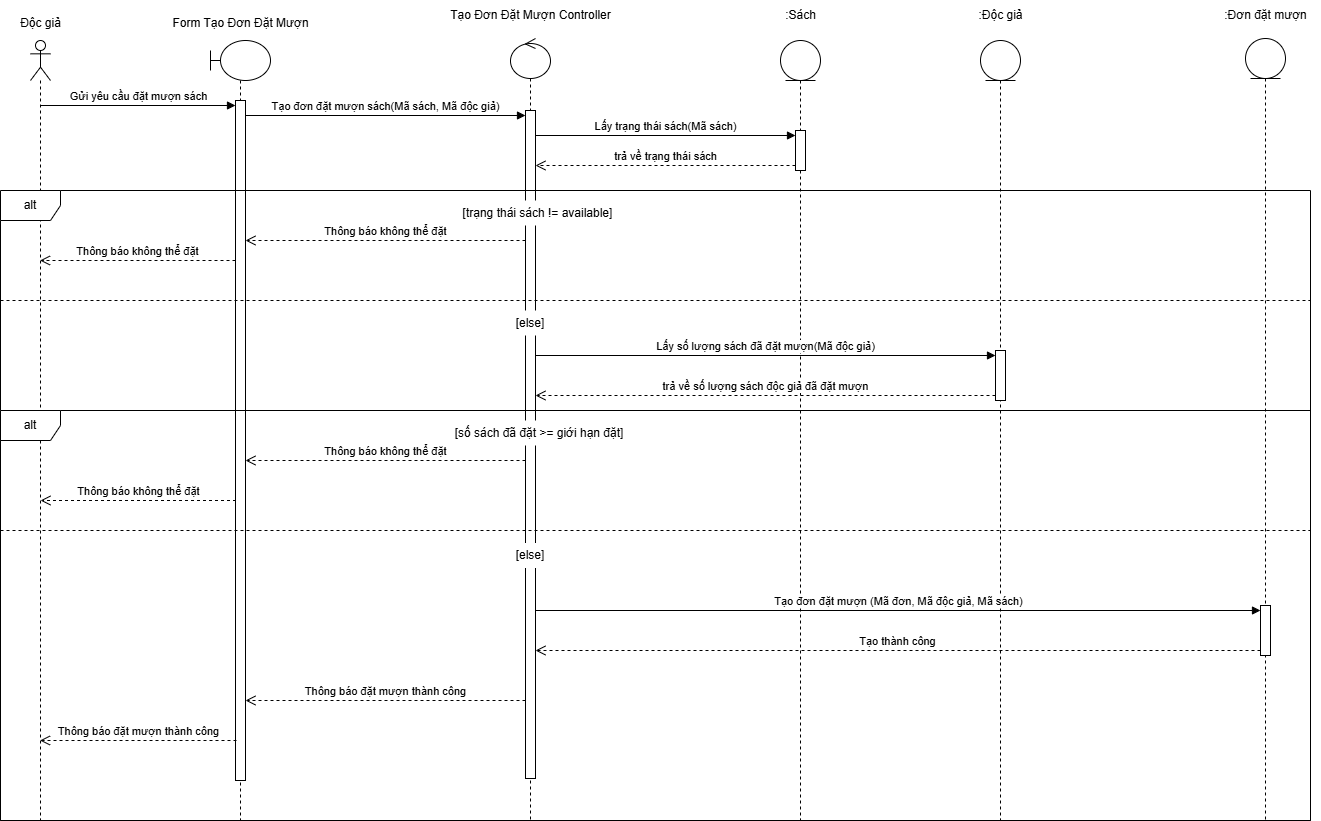
Above: Sequence Diagram/UC Đặt mượn sách/Actor Độc giả - Đặt mượn sách.png in kimcuongdev/LibrarySystemAD (draw.io), before the change. Source tidied: cells renumbered, new cells last; positions are measured from the earlier drawing's top-left corner, leaving out a move shared by most shapes.
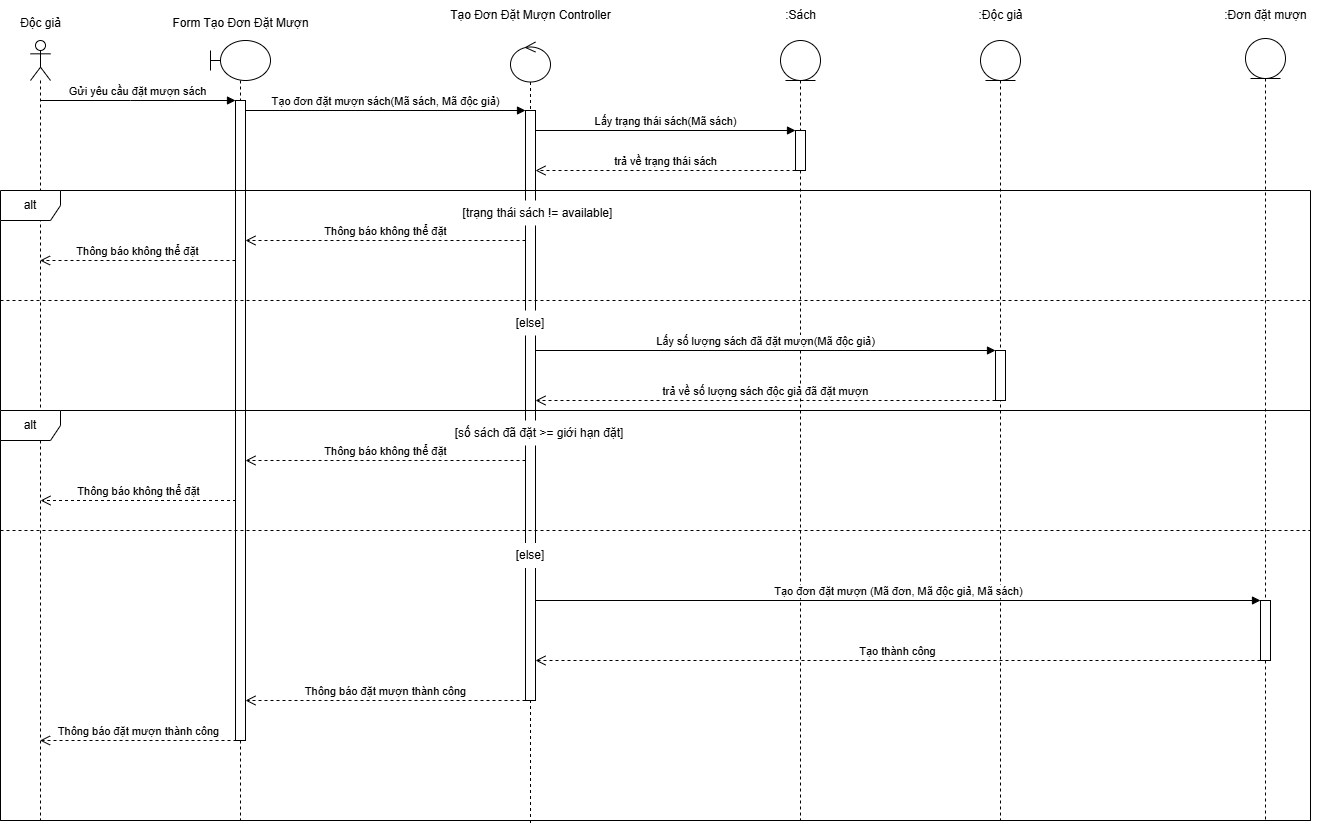
Above is the later version.

Commit message:
Tuan 5 - Bieu do tuan tu

What changed in the source:
```diff
@@ -9,16 +9,22 @@
       <mxGeometry x="210" y="40" width="60" height="780" as="geometry" />
     </mxCell>
     <mxCell id="4" style="html=1;points=[[0,0,0,0,5],[0,1,0,0,-5],[1,0,0,0,5],[1,1,0,0,-5]];perimeter=orthogonalPerimeter;outlineConnect=0;targetShapes=umlLifeline;portConstraint=eastwest;newEdgeStyle={&quot;curved&quot;:0,&quot;rounded&quot;:0};" parent="3" vertex="1">
-      <mxGeometry x="25" y="60" width="10" height="680" as="geometry" />
+      <mxGeometry x="25" y="60" width="10" height="640" as="geometry" />
     </mxCell>
     <mxCell id="5" style="shape=umlLifeline;perimeter=lifelinePerimeter;whiteSpace=wrap;html=1;newEdgeStyle={&quot;curved&quot;:0,&quot;rounded&quot;:0};participant=umlControl;" parent="1" vertex="1">
-      <mxGeometry x="510" y="38" width="40" height="782" as="geometry" />
+      <mxGeometry x="510" y="41.5" width="40" height="782" as="geometry" />
     </mxCell>
     <mxCell id="6" style="html=1;points=[[0,0,0,0,5],[0,1,0,0,-5],[1,0,0,0,5],[1,1,0,0,-5]];perimeter=orthogonalPerimeter;outlineConnect=0;targetShapes=umlLifeline;portConstraint=eastwest;newEdgeStyle={&quot;curved&quot;:0,&quot;rounded&quot;:0};" parent="5" vertex="1">
-      <mxGeometry x="15" y="72" width="10" height="668" as="geometry" />
+      <mxGeometry x="15" y="68.5" width="10" height="590" as="geometry" />
     </mxCell>
-    <mxCell id="7" value="Gửi yêu cầu đặt mượn sách" style="html=1;verticalAlign=bottom;endArrow=block;curved=0;rounded=0;entryX=0;entryY=0;entryDx=0;entryDy=5;" parent="1" edge="1" source="2" target="4">
-      <mxGeometry relative="1" as="geometry" />
+    <mxCell id="7" value="Gửi yêu cầu đặt mượn sách" style="html=1;verticalAlign=bottom;endArrow=block;curved=0;rounded=0;entryX=0;entryY=0;entryDx=0;entryDy=5;" parent="1" edge="1">
+      <mxGeometry relative="1" as="geometry">
+        <mxPoint x="39.5" y="100" as="sourcePoint" />
+        <mxPoint x="235" y="100" as="targetPoint" />
+        <Array as="points">
+          <mxPoint x="130" y="100" />
+        </Array>
+      </mxGeometry>
     </mxCell>
     <mxCell id="8" value="Thông báo không thể đặt" style="html=1;verticalAlign=bottom;endArrow=open;dashed=1;endSize=8;curved=0;rounded=0;exitX=0;exitY=1;exitDx=0;exitDy=-5;" parent="1" edge="1">
       <mxGeometry relative="1" as="geometry">
@@ -26,8 +32,11 @@
         <mxPoint x="39.5" y="260" as="targetPoint" />
       </mxGeometry>
     </mxCell>
-    <mxCell id="9" value="Tạo đơn đặt mượn sách(Mã sách, Mã độc giả)" style="html=1;verticalAlign=bottom;endArrow=block;curved=0;rounded=0;entryX=0;entryY=0;entryDx=0;entryDy=5;" parent="1" edge="1" source="4" target="6">
-      <mxGeometry relative="1" as="geometry" />
+    <mxCell id="9" value="Tạo đơn đặt mượn sách(Mã sách, Mã độc giả)" style="html=1;verticalAlign=bottom;endArrow=block;curved=0;rounded=0;" parent="1" edge="1">
+      <mxGeometry relative="1" as="geometry">
+        <mxPoint x="245" y="110" as="sourcePoint" />
+        <mxPoint x="525" y="110" as="targetPoint" />
+      </mxGeometry>
     </mxCell>
     <mxCell id="10" style="shape=umlLifeline;perimeter=lifelinePerimeter;whiteSpace=wrap;html=1;newEdgeStyle={&quot;curved&quot;:0,&quot;rounded&quot;:0};participant=umlEntity;" parent="1" vertex="1">
       <mxGeometry x="780" y="40" width="40" height="780" as="geometry" />
@@ -35,11 +44,17 @@
     <mxCell id="11" style="html=1;points=[[0,0,0,0,5],[0,1,0,0,-5],[1,0,0,0,5],[1,1,0,0,-5]];perimeter=orthogonalPerimeter;outlineConnect=0;targetShapes=umlLifeline;portConstraint=eastwest;newEdgeStyle={&quot;curved&quot;:0,&quot;rounded&quot;:0};" parent="10" vertex="1">
       <mxGeometry x="15" y="90" width="10" height="40" as="geometry" />
     </mxCell>
-    <mxCell id="12" value="Lấy trạng thái sách(Mã sách)" style="html=1;verticalAlign=bottom;endArrow=block;curved=0;rounded=0;entryX=0;entryY=0;entryDx=0;entryDy=5;" parent="1" edge="1" source="6" target="11">
-      <mxGeometry relative="1" as="geometry" />
+    <mxCell id="12" value="Lấy trạng thái sách(Mã sách)" style="html=1;verticalAlign=bottom;endArrow=block;curved=0;rounded=0;entryX=0;entryY=0;entryDx=0;entryDy=5;" parent="1" edge="1">
+      <mxGeometry relative="1" as="geometry">
+        <mxPoint x="535" y="130" as="sourcePoint" />
+        <mxPoint x="795" y="130" as="targetPoint" />
+      </mxGeometry>
     </mxCell>
-    <mxCell id="13" value="trả về trạng thái sách" style="html=1;verticalAlign=bottom;endArrow=open;dashed=1;endSize=8;curved=0;rounded=0;exitX=0;exitY=1;exitDx=0;exitDy=-5;" parent="1" edge="1" source="11" target="6">
-      <mxGeometry relative="1" as="geometry" />
+    <mxCell id="13" value="trả về trạng thái sách" style="html=1;verticalAlign=bottom;endArrow=open;dashed=1;endSize=8;curved=0;rounded=0;exitX=0;exitY=1;exitDx=0;exitDy=-5;" parent="1" edge="1">
+      <mxGeometry relative="1" as="geometry">
+        <mxPoint x="795" y="170" as="sourcePoint" />
+        <mxPoint x="535" y="170" as="targetPoint" />
+      </mxGeometry>
     </mxCell>
     <mxCell id="14" value="Thông báo không thể đặt" style="html=1;verticalAlign=bottom;endArrow=open;dashed=1;endSize=8;curved=0;rounded=0;" parent="1" edge="1">
       <mxGeometry relative="1" as="geometry">
@@ -56,11 +71,17 @@
     <mxCell id="17" style="html=1;points=[[0,0,0,0,5],[0,1,0,0,-5],[1,0,0,0,5],[1,1,0,0,-5]];perimeter=orthogonalPerimeter;outlineConnect=0;targetShapes=umlLifeline;portConstraint=eastwest;newEdgeStyle={&quot;curved&quot;:0,&quot;rounded&quot;:0};" parent="16" vertex="1">
       <mxGeometry x="15" y="310" width="10" height="50" as="geometry" />
     </mxCell>
-    <mxCell id="18" value="Lấy số lượng sách đã đặt mượn(Mã độc giả)" style="html=1;verticalAlign=bottom;endArrow=block;curved=0;rounded=0;entryX=0;entryY=0;entryDx=0;entryDy=5;" parent="1" edge="1" source="6" target="17">
-      <mxGeometry relative="1" as="geometry" />
+    <mxCell id="18" value="Lấy số lượng sách đã đặt mượn(Mã độc giả)" style="html=1;verticalAlign=bottom;endArrow=block;curved=0;rounded=0;entryX=0;entryY=0;entryDx=0;entryDy=5;" parent="1" edge="1">
+      <mxGeometry relative="1" as="geometry">
+        <mxPoint x="535" y="350" as="sourcePoint" />
+        <mxPoint x="995" y="350" as="targetPoint" />
+      </mxGeometry>
     </mxCell>
-    <mxCell id="19" value="trả về số lượng sách độc giả đã đặt mượn" style="html=1;verticalAlign=bottom;endArrow=open;dashed=1;endSize=8;curved=0;rounded=0;exitX=0;exitY=1;exitDx=0;exitDy=-5;" parent="1" edge="1" source="17" target="6">
-      <mxGeometry relative="1" as="geometry" />
+    <mxCell id="19" value="trả về số lượng sách độc giả đã đặt mượn" style="html=1;verticalAlign=bottom;endArrow=open;dashed=1;endSize=8;curved=0;rounded=0;exitX=0;exitY=1;exitDx=0;exitDy=-5;" parent="1" edge="1">
+      <mxGeometry relative="1" as="geometry">
+        <mxPoint x="995" y="400" as="sourcePoint" />
+        <mxPoint x="535" y="400" as="targetPoint" />
+      </mxGeometry>
     </mxCell>
     <mxCell id="20" value="Thông báo không thể đặt" style="html=1;verticalAlign=bottom;endArrow=open;dashed=1;endSize=8;curved=0;rounded=0;" parent="1" edge="1">
       <mxGeometry relative="1" as="geometry">
@@ -75,13 +96,19 @@
       <mxGeometry x="1245" y="38" width="40" height="782" as="geometry" />
     </mxCell>
     <mxCell id="23" style="html=1;points=[[0,0,0,0,5],[0,1,0,0,-5],[1,0,0,0,5],[1,1,0,0,-5]];perimeter=orthogonalPerimeter;outlineConnect=0;targetShapes=umlLifeline;portConstraint=eastwest;newEdgeStyle={&quot;curved&quot;:0,&quot;rounded&quot;:0};" parent="22" vertex="1">
-      <mxGeometry x="15" y="567" width="10" height="50" as="geometry" />
+      <mxGeometry x="15" y="562" width="10" height="60" as="geometry" />
     </mxCell>
-    <mxCell id="24" value="Tạo đơn đặt mượn (Mã đơn, Mã độc giả, Mã sách)" style="html=1;verticalAlign=bottom;endArrow=block;curved=0;rounded=0;entryX=0;entryY=0;entryDx=0;entryDy=5;" parent="1" edge="1" source="6" target="23">
-      <mxGeometry relative="1" as="geometry" />
+    <mxCell id="24" value="Tạo đơn đặt mượn (Mã đơn, Mã độc giả, Mã sách)" style="html=1;verticalAlign=bottom;endArrow=block;curved=0;rounded=0;entryX=0;entryY=0;entryDx=0;entryDy=5;" parent="1" edge="1">
+      <mxGeometry relative="1" as="geometry">
+        <mxPoint x="535" y="600" as="sourcePoint" />
+        <mxPoint x="1260" y="600" as="targetPoint" />
+      </mxGeometry>
     </mxCell>
-    <mxCell id="25" value="Tạo thành công" style="html=1;verticalAlign=bottom;endArrow=open;dashed=1;endSize=8;curved=0;rounded=0;exitX=0;exitY=1;exitDx=0;exitDy=-5;" parent="1" edge="1" source="23" target="6">
-      <mxGeometry relative="1" as="geometry" />
+    <mxCell id="25" value="Tạo thành công" style="html=1;verticalAlign=bottom;endArrow=open;dashed=1;endSize=8;curved=0;rounded=0;exitX=0;exitY=1;exitDx=0;exitDy=-5;" parent="1" edge="1">
+      <mxGeometry relative="1" as="geometry">
+        <mxPoint x="1260" y="660" as="sourcePoint" />
+        <mxPoint x="535" y="660" as="targetPoint" />
+      </mxGeometry>
     </mxCell>
     <mxCell id="26" value="Thông báo đặt mượn thành công" style="html=1;verticalAlign=bottom;endArrow=open;dashed=1;endSize=8;curved=0;rounded=0;" parent="1" edge="1">
       <mxGeometry relative="1" as="geometry">
```
